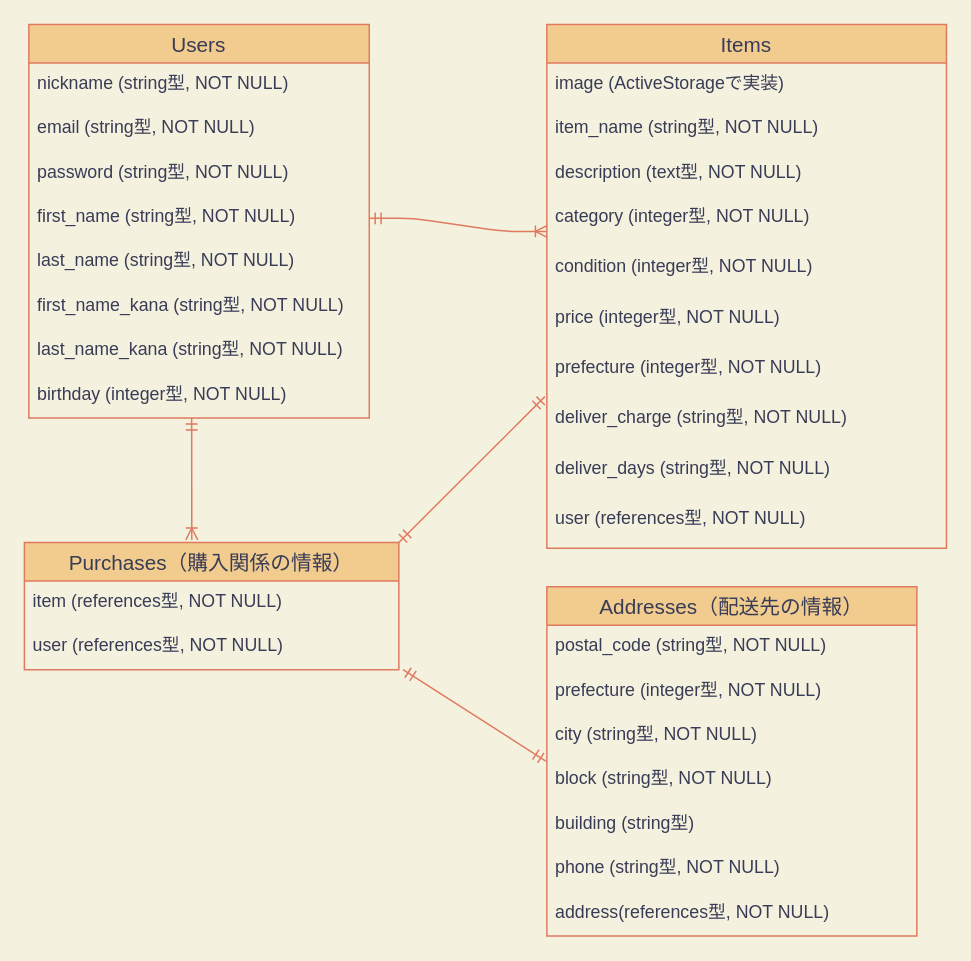
Earlier version of the draw.io diagram furima.dio (Kotaro126/furima-30522). Source tidied: cells renumbered, new cells numbered last; positions are measured from the earlier drawing's top-left corner, leaving out a move shared by most shapes. Both pictures are drawn from the tidied source at 148%, with x=0, y=0 at pixel (24, 24).
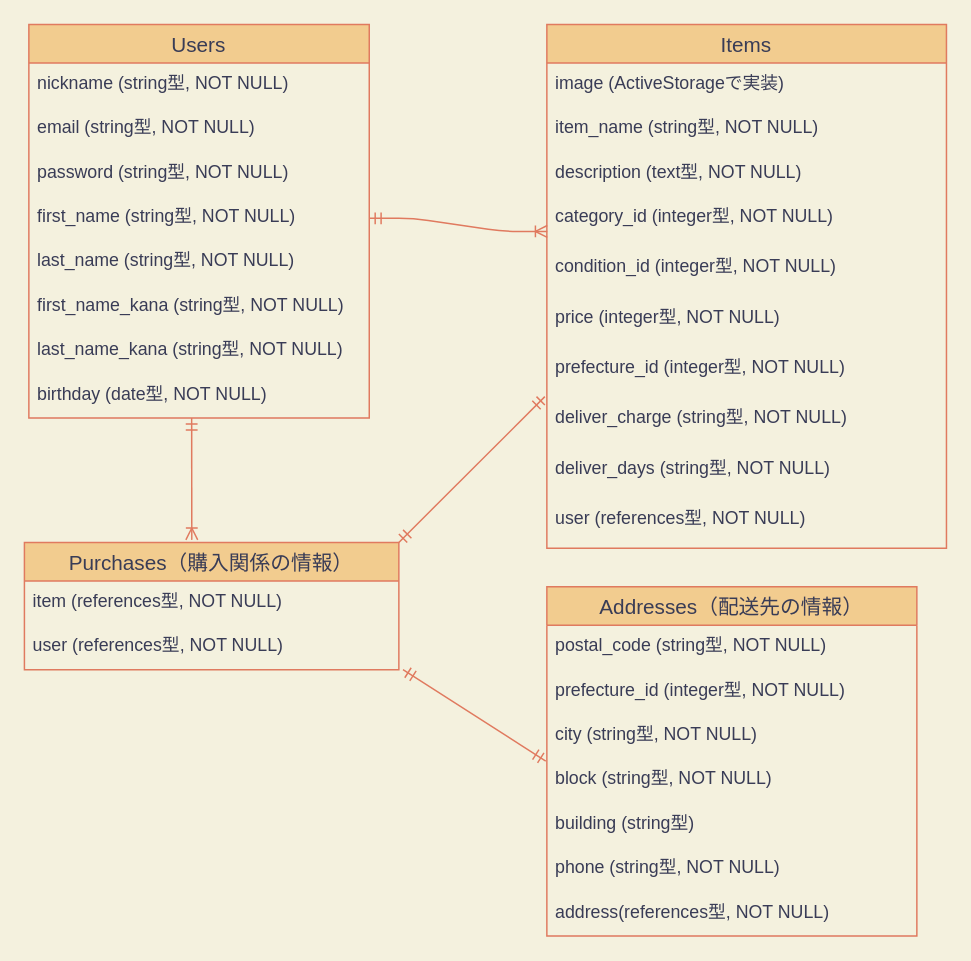
The same diagram, later.

Commit message (it also covers changes not shown here):
コードレビュー2の修正済み

The change refers to these unchanged cells:
```xml
<mxCell id="3" value="Users" style="swimlane;fontStyle=0;horizontal=1;startSize=26;align=center;fontSize=14;fillColor=#F2CC8F;strokeColor=#E07A5F;fontColor=#393C56;" parent="1" vertex="1">
  <mxGeometry x="3" width="230" height="266" as="geometry" />
</mxCell>
<mxCell id="17" value="Items" style="swimlane;fontStyle=0;horizontal=1;startSize=26;align=center;fontSize=14;fillColor=#F2CC8F;strokeColor=#E07A5F;fontColor=#393C56;" parent="1" vertex="1">
  <mxGeometry x="353" width="270" height="354" as="geometry" />
</mxCell>
<mxCell id="29" value="Addresses（配送先の情報）" style="swimlane;fontStyle=0;horizontal=1;startSize=26;align=center;fontSize=14;fillColor=#F2CC8F;strokeColor=#E07A5F;fontColor=#393C56;" parent="1" vertex="1">
  <mxGeometry x="353" y="380" width="250" height="236" as="geometry" />
</mxCell>
```

What changed in the source:
```diff
@@
-    <mxCell id="12" value="birthday (integer型, NOT NULL)" style="text;strokeColor=none;fillColor=none;spacingLeft=4;spacingRight=4;overflow=hidden;fontSize=12;fontColor=#393C56;" parent="3" vertex="1">
+    <mxCell id="12" value="birthday (date型, NOT NULL)" style="text;strokeColor=none;fillColor=none;spacingLeft=4;spacingRight=4;overflow=hidden;fontSize=12;fontColor=#393C56;" parent="3" vertex="1">
       <mxGeometry y="236" width="230" height="30" as="geometry" />
     </mxCell>
@@
-    <mxCell id="21" value="category (integer型, NOT NULL)" style="text;strokeColor=none;fillColor=none;spacingLeft=4;spacingRight=4;overflow=hidden;points=[[0,0.5],[1,0.5]];portConstraint=eastwest;fontSize=12;fontColor=#393C56;" parent="17" vertex="1">
+    <mxCell id="21" value="category_id (integer型, NOT NULL)" style="text;strokeColor=none;fillColor=none;spacingLeft=4;spacingRight=4;overflow=hidden;points=[[0,0.5],[1,0.5]];portConstraint=eastwest;fontSize=12;fontColor=#393C56;" parent="17" vertex="1">
       <mxGeometry y="116" width="270" height="34" as="geometry" />
     </mxCell>
-    <mxCell id="22" value="condition (integer型, NOT NULL)" style="text;strokeColor=none;fillColor=none;spacingLeft=4;spacingRight=4;overflow=hidden;fontSize=12;fontColor=#393C56;" parent="17" vertex="1">
+    <mxCell id="22" value="condition_id (integer型, NOT NULL)" style="text;strokeColor=none;fillColor=none;spacingLeft=4;spacingRight=4;overflow=hidden;fontSize=12;fontColor=#393C56;" parent="17" vertex="1">
       <mxGeometry y="150" width="270" height="34" as="geometry" />
     </mxCell>
@@
-    <mxCell id="24" value="prefecture (integer型, NOT NULL)" style="text;strokeColor=none;fillColor=none;spacingLeft=4;spacingRight=4;overflow=hidden;points=[[0,0.5],[1,0.5]];portConstraint=eastwest;fontSize=12;fontColor=#393C56;" parent="17" vertex="1">
+    <mxCell id="24" value="prefecture_id (integer型, NOT NULL)" style="text;strokeColor=none;fillColor=none;spacingLeft=4;spacingRight=4;overflow=hidden;points=[[0,0.5],[1,0.5]];portConstraint=eastwest;fontSize=12;fontColor=#393C56;" parent="17" vertex="1">
       <mxGeometry y="218" width="270" height="34" as="geometry" />
     </mxCell>
@@
-    <mxCell id="31" value="prefecture (integer型, NOT NULL)" style="text;strokeColor=none;fillColor=none;spacingLeft=4;spacingRight=4;overflow=hidden;fontSize=12;fontColor=#393C56;" parent="29" vertex="1">
+    <mxCell id="31" value="prefecture_id (integer型, NOT NULL)" style="text;strokeColor=none;fillColor=none;spacingLeft=4;spacingRight=4;overflow=hidden;fontSize=12;fontColor=#393C56;" parent="29" vertex="1">
       <mxGeometry y="56" width="250" height="30" as="geometry" />
     </mxCell>
```
